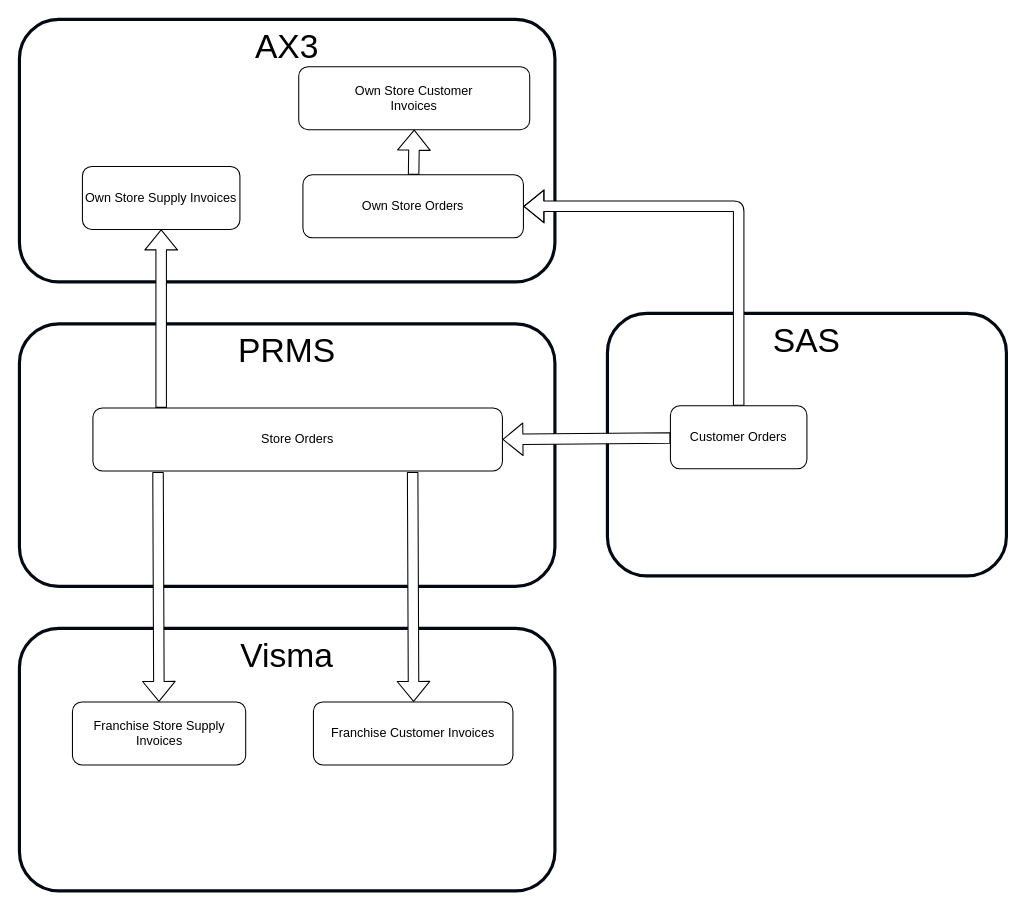
Before: page "Nobia Supply" (1 of 5) of Franchise.drawio in mrf742002/Diagrams, a draw.io diagram. Source tidied: cells renumbered, new cells numbered last; positions are measured from the earlier drawing's top-left corner, leaving out a move shared by most shapes. Both pictures are drawn from the tidied source at 105%, with x=0, y=0 at pixel (19, 19).
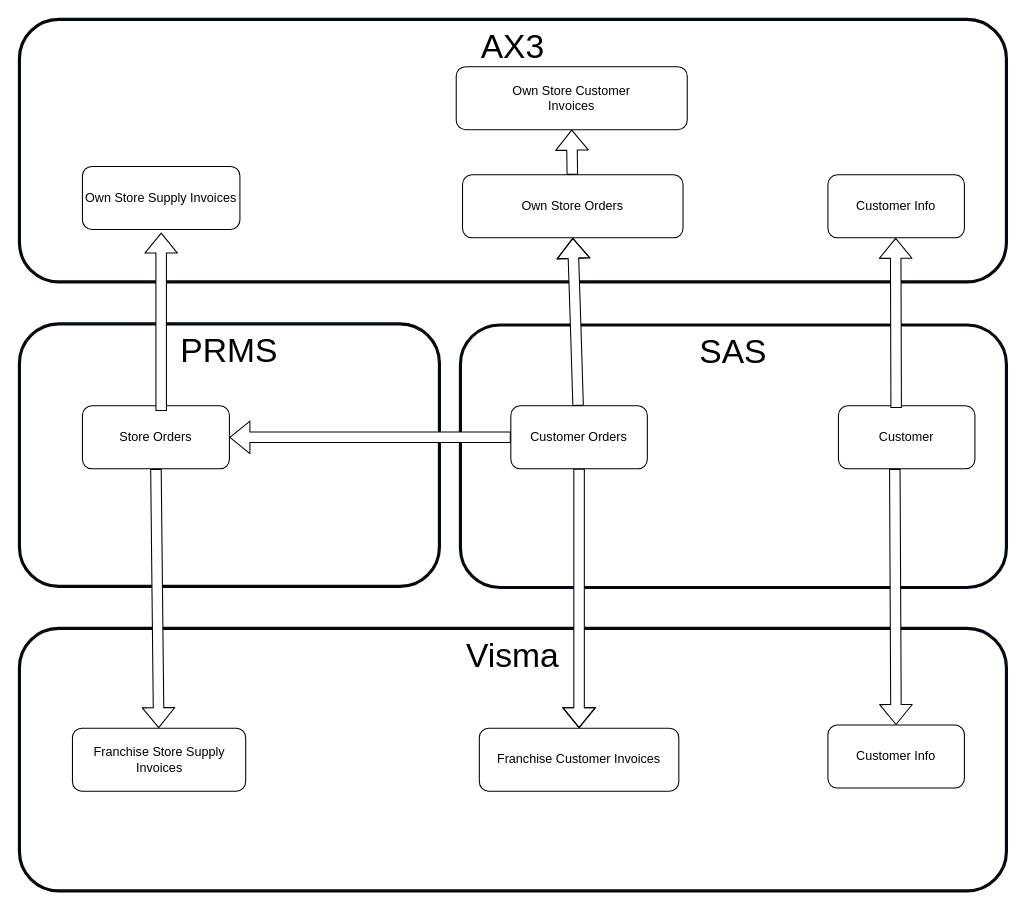
After the change.

Unchanged cells that the change refers to:
```xml
<mxCell id="6" value="Own Store Supply Invoices" style="rounded=1;whiteSpace=wrap;html=1;" parent="1" vertex="1">
  <mxGeometry x="60" y="140" width="150" height="60" as="geometry" />
</mxCell>
```

The edit, as a diff of the source:
```diff
@@
     <mxCell id="2" value="Visma" style="rounded=1;whiteSpace=wrap;html=1;verticalAlign=top;strokeWidth=3;strokeColor=#020912;fontSize=32;" parent="1" vertex="1">
-      <mxGeometry y="580" width="510" height="250" as="geometry" />
+      <mxGeometry y="580" width="940" height="250" as="geometry" />
     </mxCell>
     <mxCell id="3" value="&lt;font style=&quot;font-size: 32px&quot;&gt;AX3&lt;/font&gt;" style="rounded=1;whiteSpace=wrap;html=1;verticalAlign=top;strokeWidth=3;strokeColor=#020912;" parent="1" vertex="1">
-      <mxGeometry width="510" height="250" as="geometry" />
+      <mxGeometry width="940" height="250" as="geometry" />
     </mxCell>
     <mxCell id="4" value="PRMS" style="rounded=1;whiteSpace=wrap;html=1;verticalAlign=top;strokeWidth=3;strokeColor=#020912;fontSize=32;" parent="1" vertex="1">
-      <mxGeometry y="290" width="510" height="250" as="geometry" />
+      <mxGeometry y="290" width="400" height="250" as="geometry" />
     </mxCell>
     <mxCell id="5" value="SAS" style="rounded=1;whiteSpace=wrap;html=1;verticalAlign=top;strokeWidth=3;strokeColor=#020912;fontSize=32;" parent="1" vertex="1">
-      <mxGeometry x="560" y="280" width="380" height="250" as="geometry" />
+      <mxGeometry x="420" y="291" width="520" height="250" as="geometry" />
     </mxCell>
@@
     <mxCell id="7" value="Franchise Store Supply Invoices" style="rounded=1;whiteSpace=wrap;html=1;" parent="1" vertex="1">
-      <mxGeometry x="50.5" y="650" width="165" height="60" as="geometry" />
+      <mxGeometry x="50.5" y="675" width="165" height="60" as="geometry" />
     </mxCell>
     <mxCell id="8" value="Store Orders" style="rounded=1;whiteSpace=wrap;html=1;" parent="1" vertex="1">
-      <mxGeometry x="70" y="370" width="390" height="60" as="geometry" />
+      <mxGeometry x="60" y="368" width="140" height="60" as="geometry" />
     </mxCell>
     <mxCell id="9" value="Customer Orders" style="rounded=1;whiteSpace=wrap;html=1;" parent="1" vertex="1">
-      <mxGeometry x="620" y="368" width="130" height="60" as="geometry" />
+      <mxGeometry x="468" y="368" width="130" height="60" as="geometry" />
     </mxCell>
     <mxCell id="10" value="Own Store Orders" style="rounded=1;whiteSpace=wrap;html=1;" parent="1" vertex="1">
-      <mxGeometry x="270" y="148" width="210" height="60" as="geometry" />
+      <mxGeometry x="422" y="148" width="210" height="60" as="geometry" />
     </mxCell>
     <mxCell id="11" value="Own Store Customer&lt;br&gt;Invoices" style="rounded=1;whiteSpace=wrap;html=1;" parent="1" vertex="1">
-      <mxGeometry x="266" y="45" width="220" height="60" as="geometry" />
+      <mxGeometry x="416" y="45" width="220" height="60" as="geometry" />
     </mxCell>
     <mxCell id="12" value="Franchise Customer Invoices" style="rounded=1;whiteSpace=wrap;html=1;" parent="1" vertex="1">
-      <mxGeometry x="280" y="650" width="190" height="60" as="geometry" />
+      <mxGeometry x="438" y="675" width="190" height="60" as="geometry" />
     </mxCell>
@@
-    <mxCell id="14" style="shape=flexArrow;endArrow=classic;html=1;fontSize=32;entryX=1;entryY=0.5;entryDx=0;entryDy=0;fillColor=#ffffff;" parent="1" edge="1" source="9" target="10">
+    <mxCell id="14" style="shape=flexArrow;endArrow=classic;html=1;fontSize=32;entryX=0.5;entryY=1;entryDx=0;entryDy=0;fillColor=#ffffff;" parent="1" edge="1" source="9" target="10">
       <mxGeometry relative="1" as="geometry">
         <Array as="points">
-          <mxPoint x="685" y="178" />
+          <mxPoint x="530" y="300" />
         </Array>
       </mxGeometry>
     </mxCell>
-    <mxCell id="15" style="shape=flexArrow;endArrow=classic;html=1;fontSize=32;entryX=0.5;entryY=1;entryDx=0;entryDy=0;fillColor=#ffffff;" parent="1" edge="1" target="6">
+    <mxCell id="15" style="shape=flexArrow;endArrow=classic;html=1;fontSize=32;entryX=0.5;entryY=1;entryDx=0;entryDy=0;fillColor=#ffffff;" parent="1" edge="1">
       <mxGeometry relative="1" as="geometry">
-        <mxPoint x="135" y="370" as="sourcePoint" />
+        <mxPoint x="135" y="373" as="sourcePoint" />
+        <mxPoint x="135" y="203" as="targetPoint" />
       </mxGeometry>
     </mxCell>
@@
-    <mxCell id="17" style="shape=flexArrow;endArrow=classic;html=1;fontSize=32;exitX=0.159;exitY=1.017;exitDx=0;exitDy=0;exitPerimeter=0;fillColor=#ffffff;" parent="1" edge="1" source="8" target="7">
+    <mxCell id="17" style="shape=flexArrow;endArrow=classic;html=1;fontSize=32;exitX=0.5;exitY=1;exitDx=0;exitDy=0;fillColor=#ffffff;" parent="1" edge="1" source="8" target="7">
       <mxGeometry relative="1" as="geometry" />
     </mxCell>
-    <mxCell id="18" style="shape=flexArrow;endArrow=classic;html=1;fontSize=32;exitX=0.159;exitY=1.017;exitDx=0;exitDy=0;exitPerimeter=0;fillColor=#ffffff;" parent="1" edge="1">
+    <mxCell id="18" style="shape=flexArrow;endArrow=classic;html=1;fontSize=32;fillColor=#ffffff;entryX=0.5;entryY=0;entryDx=0;entryDy=0;exitX=0.5;exitY=1;exitDx=0;exitDy=0;" parent="1" edge="1" source="9" target="12">
       <mxGeometry relative="1" as="geometry">
-        <mxPoint x="374.5" y="431" as="sourcePoint" />
-        <mxPoint x="375.4" y="650" as="targetPoint" />
+        <Array as="points">
+          <mxPoint x="533" y="610" />
+          <mxPoint x="533" y="640" />
+        </Array>
       </mxGeometry>
     </mxCell>
+    <mxCell id="19" value="Customer" style="rounded=1;whiteSpace=wrap;html=1;" parent="1" vertex="1">
+      <mxGeometry x="780" y="368" width="130" height="60" as="geometry" />
+    </mxCell>
+    <mxCell id="20" value="Customer Info" style="rounded=1;whiteSpace=wrap;html=1;" parent="1" vertex="1">
+      <mxGeometry x="770" y="148" width="130" height="60" as="geometry" />
+    </mxCell>
+    <mxCell id="21" value="Customer Info" style="rounded=1;whiteSpace=wrap;html=1;" parent="1" vertex="1">
+      <mxGeometry x="770" y="672" width="130" height="60" as="geometry" />
+    </mxCell>
+    <mxCell id="22" style="shape=flexArrow;endArrow=classic;html=1;fontSize=32;entryX=0.5;entryY=1;entryDx=0;entryDy=0;fillColor=#ffffff;" parent="1" edge="1">
+      <mxGeometry relative="1" as="geometry">
+        <mxPoint x="835" y="370" as="sourcePoint" />
+        <mxPoint x="834.5" y="208" as="targetPoint" />
+      </mxGeometry>
+    </mxCell>
+    <mxCell id="23" style="shape=flexArrow;endArrow=classic;html=1;fontSize=32;exitX=0.5;exitY=1;exitDx=0;exitDy=0;fillColor=#ffffff;" parent="1" edge="1" target="21">
+      <mxGeometry relative="1" as="geometry">
+        <mxPoint x="833.7" y="428" as="sourcePoint" />
+      </mxGeometry>
+    </mxCell>
```
